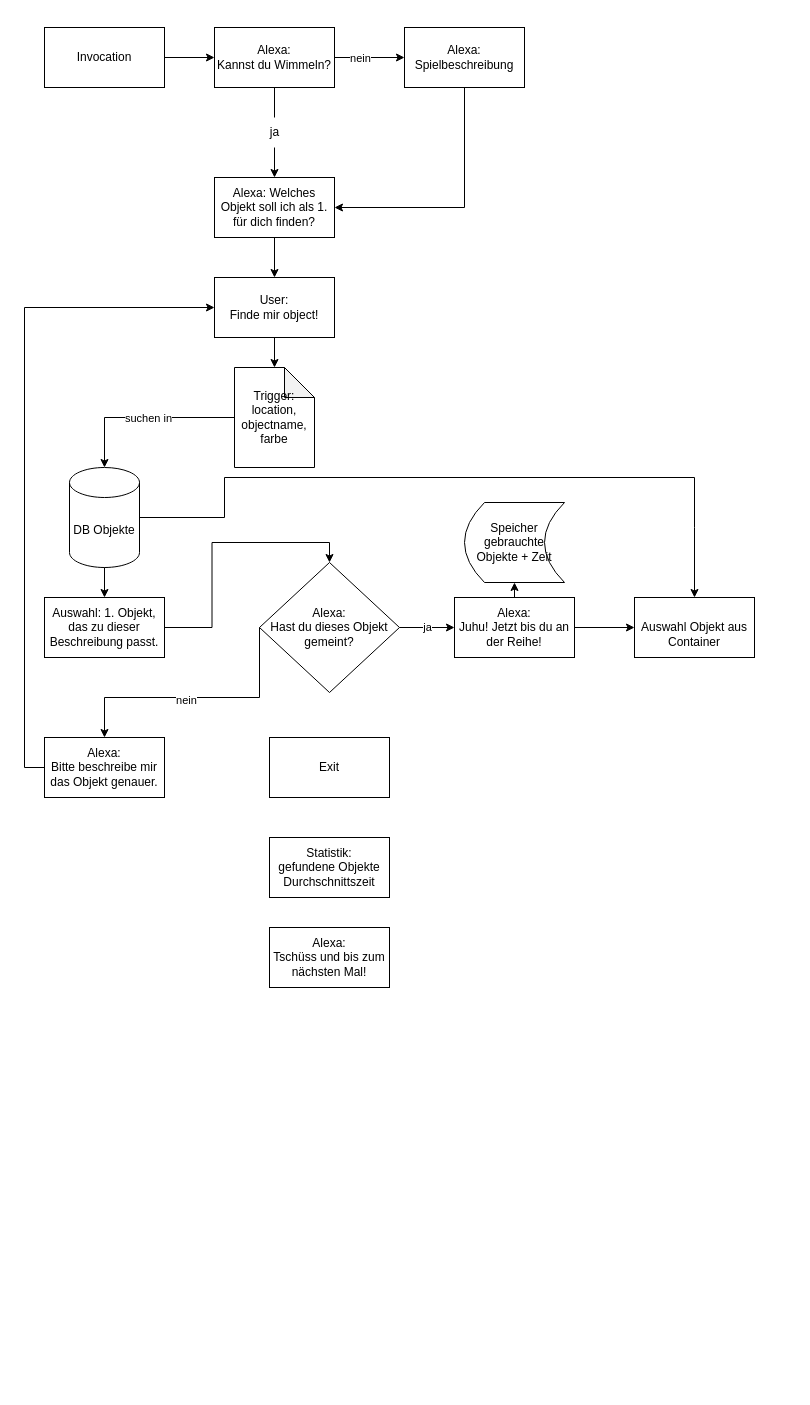
Earlier version of the draw.io diagram Untitled Diagram.drawio (SilviaSchmidt/wimmeldimmel). Source tidied: cells renumbered, new cells numbered last; positions are measured from the earlier drawing's top-left corner, leaving out a move shared by most shapes. Both pictures are drawn from the tidied source at 100%, with x=0, y=0 at pixel (44, 27).
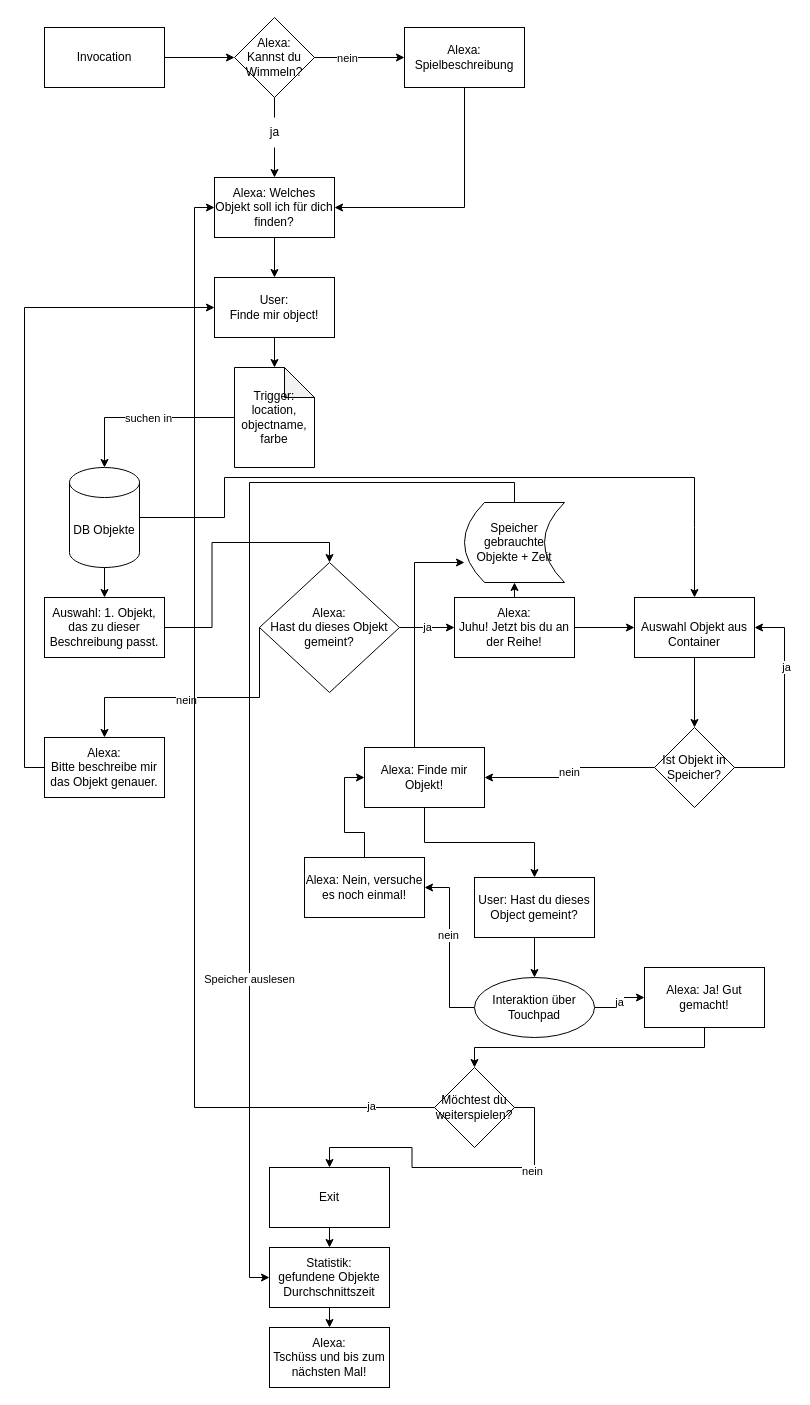
The same page after the edit.

Commit message:
flussdiagramm_hidden

Unchanged cells that the change refers to:
```xml
<mxCell id="2" value="Invocation" style="rounded=0;whiteSpace=wrap;html=1;" parent="1" vertex="1">
  <mxGeometry width="120" height="60" as="geometry" />
</mxCell>
<mxCell id="9" value="ja" style="text;html=1;align=center;verticalAlign=middle;points=[];strokeColor=none;fillColor=none;" parent="1" vertex="1">
  <mxGeometry x="215" y="90" width="30" height="30" as="geometry" />
</mxCell>
<mxCell id="27" value="Speicher gebrauchte Objekte + Zeit" style="shape=dataStorage;whiteSpace=wrap;html=1;fixedSize=1;" parent="1" vertex="1">
  <mxGeometry x="420" y="475" width="100" height="80" as="geometry" />
</mxCell>
<mxCell id="36" value="&lt;div&gt;&lt;br&gt;&lt;/div&gt;&lt;div&gt;Auswahl Objekt aus Container&lt;br&gt;&lt;/div&gt;" style="whiteSpace=wrap;html=1;rounded=0;" parent="1" vertex="1">
  <mxGeometry x="590" y="570" width="120" height="60" as="geometry" />
</mxCell>
```

What changed in the source:
```diff
@@
-    <mxCell id="4" value="&lt;div&gt;Alexa:&lt;/div&gt;&lt;div&gt;Kannst du Wimmeln?&lt;/div&gt;" style="rounded=0;whiteSpace=wrap;html=1;" parent="1" vertex="1">
-      <mxGeometry x="170" width="120" height="60" as="geometry" />
-    </mxCell>
-    <mxCell id="5" value="Alexa: Welches Objekt soll ich als 1. für dich finden?" style="rounded=0;whiteSpace=wrap;html=1;" parent="1" vertex="1">
+    <mxCell id="5" value="Alexa: Welches Objekt soll ich für dich finden?" style="rounded=0;whiteSpace=wrap;html=1;" parent="1" vertex="1">
       <mxGeometry x="170" y="150" width="120" height="60" as="geometry" />
     </mxCell>
@@
-    <mxCell id="10" style="edgeStyle=orthogonalEdgeStyle;rounded=0;jettySize=auto;html=1;exitX=0.5;exitY=1;exitDx=0;exitDy=0;entryX=0.5;entryY=0;entryDx=0;entryDy=0;endArrow=none;" parent="1" edge="1" source="4" target="9">
-      <mxGeometry relative="1" as="geometry" />
+    <mxCell id="10" style="edgeStyle=orthogonalEdgeStyle;rounded=0;jettySize=auto;html=1;exitX=0.5;exitY=1;exitDx=0;exitDy=0;entryX=0.5;entryY=0;entryDx=0;entryDy=0;endArrow=none;" parent="1" edge="1" target="9">
+      <mxGeometry relative="1" as="geometry">
+        <mxPoint x="230" y="60" as="sourcePoint" />
+      </mxGeometry>
     </mxCell>
@@
-    <mxCell id="12" style="endArrow=classic;html=1;rounded=0;exitX=1;exitY=0.5;exitDx=0;exitDy=0;" parent="1" edge="1" source="2" target="4">
+    <mxCell id="12" style="endArrow=classic;html=1;rounded=0;exitX=1;exitY=0.5;exitDx=0;exitDy=0;entryX=0;entryY=0.5;entryDx=0;entryDy=0;" parent="1" edge="1" source="2" target="4">
       <mxGeometry relative="1" as="geometry" />
     </mxCell>
@@
+    <mxCell id="38" style="edgeStyle=orthogonalEdgeStyle;rounded=0;jettySize=auto;html=1;exitX=0.5;exitY=0;exitDx=0;exitDy=0;entryX=0;entryY=0.5;entryDx=0;entryDy=0;" parent="1" edge="1" source="27" target="30">
+      <mxGeometry relative="1" as="geometry" />
+    </mxCell>
+    <mxCell id="39" value="Speicher auslesen" style="edgeLabel;html=1;align=center;verticalAlign=middle;" parent="38" vertex="1">
+      <mxGeometry x="0.42" y="-1" relative="1" as="geometry" />
+    </mxCell>
@@
+    <mxCell id="40" style="edgeStyle=orthogonalEdgeStyle;rounded=0;jettySize=auto;html=1;exitX=0.5;exitY=1;exitDx=0;exitDy=0;entryX=0.5;entryY=0;entryDx=0;entryDy=0;" parent="1" edge="1" source="29" target="30">
+      <mxGeometry relative="1" as="geometry" />
+    </mxCell>
     <mxCell id="29" value="Exit" style="rounded=0;whiteSpace=wrap;html=1;" parent="1" vertex="1">
-      <mxGeometry x="225" y="710" width="120" height="60" as="geometry" />
+      <mxGeometry x="225" y="1140" width="120" height="60" as="geometry" />
     </mxCell>
+    <mxCell id="41" style="edgeStyle=orthogonalEdgeStyle;rounded=0;jettySize=auto;html=1;exitX=0.5;exitY=1;exitDx=0;exitDy=0;entryX=0.5;entryY=0;entryDx=0;entryDy=0;" parent="1" edge="1" source="30" target="31">
+      <mxGeometry relative="1" as="geometry" />
+    </mxCell>
     <mxCell id="30" value="&lt;div&gt;Statistik:&lt;/div&gt;&lt;div&gt;gefundene Objekte&lt;/div&gt;&lt;div&gt;Durchschnittszeit&lt;br&gt;&lt;/div&gt;" style="rounded=0;whiteSpace=wrap;html=1;" parent="1" vertex="1">
-      <mxGeometry x="225" y="810" width="120" height="60" as="geometry" />
+      <mxGeometry x="225" y="1220" width="120" height="60" as="geometry" />
     </mxCell>
     <mxCell id="31" value="&lt;div&gt;Alexa: &lt;br&gt;&lt;/div&gt;&lt;div&gt;Tschüss und bis zum nächsten Mal!&lt;/div&gt;" style="rounded=0;whiteSpace=wrap;html=1;" parent="1" vertex="1">
-      <mxGeometry x="225" y="900" width="120" height="60" as="geometry" />
+      <mxGeometry x="225" y="1300" width="120" height="60" as="geometry" />
     </mxCell>
@@
+    <mxCell id="42" style="edgeStyle=orthogonalEdgeStyle;rounded=0;jettySize=auto;html=1;" parent="1" edge="1" source="36" target="46">
+      <mxGeometry relative="1" as="geometry" />
+    </mxCell>
@@
+    <mxCell id="43" value="nein" style="edgeStyle=orthogonalEdgeStyle;rounded=0;jettySize=auto;html=1;" parent="1" edge="1" source="46" target="49">
+      <mxGeometry relative="1" as="geometry" />
+    </mxCell>
+    <mxCell id="44" style="edgeStyle=orthogonalEdgeStyle;rounded=0;jettySize=auto;html=1;exitX=1;exitY=0.5;exitDx=0;exitDy=0;entryX=1;entryY=0.5;entryDx=0;entryDy=0;" parent="1" edge="1" source="46" target="36">
+      <mxGeometry relative="1" as="geometry">
+        <Array as="points">
+          <mxPoint x="740" y="740" />
+          <mxPoint x="740" y="600" />
+        </Array>
+      </mxGeometry>
+    </mxCell>
+    <mxCell id="45" value="ja" style="edgeLabel;html=1;align=center;verticalAlign=middle;" parent="44" vertex="1">
+      <mxGeometry x="0.37" y="-1" relative="1" as="geometry" />
+    </mxCell>
+    <mxCell id="46" value="Ist Objekt in Speicher?" style="rhombus;whiteSpace=wrap;html=1;rounded=0;" parent="1" vertex="1">
+      <mxGeometry x="610" y="700" width="80" height="80" as="geometry" />
+    </mxCell>
+    <mxCell id="47" style="edgeStyle=orthogonalEdgeStyle;rounded=0;jettySize=auto;html=1;" parent="1" edge="1" source="49" target="51">
+      <mxGeometry relative="1" as="geometry" />
+    </mxCell>
+    <mxCell id="48" style="edgeStyle=orthogonalEdgeStyle;rounded=0;jettySize=auto;html=1;entryX=0;entryY=0.75;entryDx=0;entryDy=0;" parent="1" edge="1" source="49" target="27">
+      <mxGeometry relative="1" as="geometry">
+        <Array as="points">
+          <mxPoint x="370" y="535" />
+        </Array>
+      </mxGeometry>
+    </mxCell>
+    <mxCell id="49" value="Alexa: Finde mir Objekt!" style="rounded=0;whiteSpace=wrap;html=1;" parent="1" vertex="1">
+      <mxGeometry x="320" y="720" width="120" height="60" as="geometry" />
+    </mxCell>
+    <mxCell id="50" style="edgeStyle=orthogonalEdgeStyle;rounded=0;jettySize=auto;html=1;" parent="1" edge="1" source="51" target="55">
+      <mxGeometry relative="1" as="geometry" />
+    </mxCell>
+    <mxCell id="51" value="User: Hast du dieses Object gemeint?" style="whiteSpace=wrap;html=1;rounded=0;" parent="1" vertex="1">
+      <mxGeometry x="430" y="850" width="120" height="60" as="geometry" />
+    </mxCell>
+    <mxCell id="52" value="ja" style="edgeStyle=orthogonalEdgeStyle;rounded=0;jettySize=auto;html=1;exitX=1;exitY=0.5;exitDx=0;exitDy=0;" parent="1" edge="1" source="55" target="57">
+      <mxGeometry relative="1" as="geometry" />
+    </mxCell>
+    <mxCell id="53" style="edgeStyle=orthogonalEdgeStyle;rounded=0;jettySize=auto;html=1;exitX=0;exitY=0.5;exitDx=0;exitDy=0;entryX=1;entryY=0.5;entryDx=0;entryDy=0;" parent="1" edge="1" source="55" target="59">
+      <mxGeometry relative="1" as="geometry" />
+    </mxCell>
+    <mxCell id="54" value="nein" style="edgeLabel;html=1;align=center;verticalAlign=middle;" parent="53" vertex="1">
+      <mxGeometry x="0.15" y="2" relative="1" as="geometry" />
+    </mxCell>
+    <mxCell id="55" value="Interaktion über Touchpad" style="ellipse;whiteSpace=wrap;html=1;rounded=0;" parent="1" vertex="1">
+      <mxGeometry x="430" y="950" width="120" height="60" as="geometry" />
+    </mxCell>
+    <mxCell id="56" style="edgeStyle=orthogonalEdgeStyle;rounded=0;jettySize=auto;html=1;exitX=0.5;exitY=1;exitDx=0;exitDy=0;entryX=0.5;entryY=0;entryDx=0;entryDy=0;" parent="1" edge="1" source="57" target="64">
+      <mxGeometry relative="1" as="geometry" />
+    </mxCell>
+    <mxCell id="57" value="Alexa: Ja! Gut gemacht!" style="rounded=0;whiteSpace=wrap;html=1;" parent="1" vertex="1">
+      <mxGeometry x="600" y="940" width="120" height="60" as="geometry" />
+    </mxCell>
+    <mxCell id="58" style="edgeStyle=orthogonalEdgeStyle;rounded=0;jettySize=auto;html=1;exitX=0.5;exitY=0;exitDx=0;exitDy=0;entryX=0;entryY=0.5;entryDx=0;entryDy=0;" parent="1" edge="1" source="59" target="49">
+      <mxGeometry relative="1" as="geometry" />
+    </mxCell>
+    <mxCell id="59" value="Alexa: Nein, versuche es noch einmal!" style="whiteSpace=wrap;html=1;" parent="1" vertex="1">
+      <mxGeometry x="260" y="830" width="120" height="60" as="geometry" />
+    </mxCell>
+    <mxCell id="60" style="edgeStyle=orthogonalEdgeStyle;rounded=0;jettySize=auto;html=1;exitX=1;exitY=0.5;exitDx=0;exitDy=0;entryX=0.5;entryY=0;entryDx=0;entryDy=0;" parent="1" edge="1" source="64" target="29">
+      <mxGeometry relative="1" as="geometry" />
+    </mxCell>
+    <mxCell id="61" value="nein" style="edgeLabel;html=1;align=center;verticalAlign=middle;" parent="60" vertex="1">
+      <mxGeometry x="-0.49" y="3" relative="1" as="geometry" />
+    </mxCell>
+    <mxCell id="62" style="edgeStyle=orthogonalEdgeStyle;rounded=0;jettySize=auto;html=1;entryX=0;entryY=0.5;entryDx=0;entryDy=0;" parent="1" edge="1" source="64" target="5">
+      <mxGeometry relative="1" as="geometry" />
+    </mxCell>
+    <mxCell id="63" value="ja" style="edgeLabel;html=1;align=center;verticalAlign=middle;" parent="62" vertex="1">
+      <mxGeometry x="-0.89" y="-2" relative="1" as="geometry" />
+    </mxCell>
+    <mxCell id="64" value="Möchtest du weiterspielen?" style="rhombus;whiteSpace=wrap;html=1;" parent="1" vertex="1">
+      <mxGeometry x="390" y="1040" width="80" height="80" as="geometry" />
+    </mxCell>
+    <mxCell id="4" value="&lt;div&gt;Alexa:&lt;/div&gt;&lt;div&gt;Kannst du Wimmeln?&lt;/div&gt;" style="rhombus;whiteSpace=wrap;html=1;" parent="1" vertex="1">
+      <mxGeometry x="190" y="-10" width="80" height="80" as="geometry" />
+    </mxCell>
```
